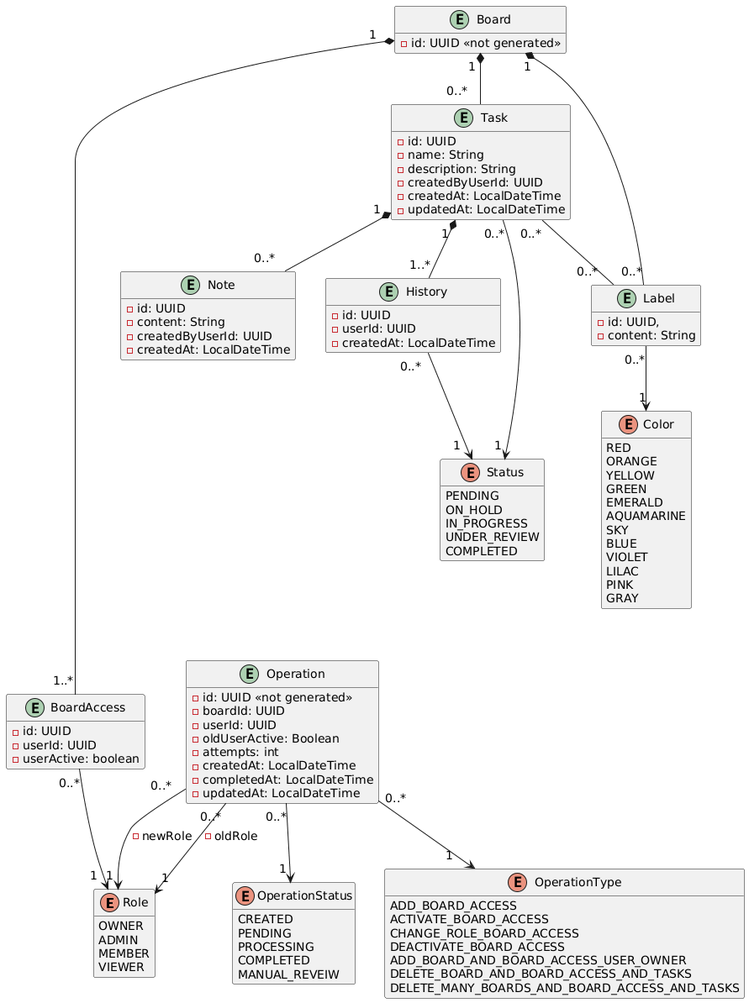
Before: assets/diagrama_workflow_2.png, a diagram exported from PlantUML (ArmandoEnrique1010K/TrelloMicroservices). Source of this version:
```plantuml
@startuml
hide methods
skinparam ArrowFontSize 14


enum Role {
  OWNER
  ADMIN
  MEMBER
  VIEWER
}

entity BoardAccess {
  - id: UUID
  - userId: UUID
  - userActive: boolean
}


entity Board {
  - id: UUID <<not generated>>
}



enum Status {
  PENDING
  ON_HOLD
  IN_PROGRESS
  UNDER_REVIEW
  COMPLETED
}

entity Task {
  - id: UUID
  - name: String
  - description: String
  - createdByUserId: UUID
  - createdAt: LocalDateTime
  - updatedAt: LocalDateTime
}

entity Label {
  - id: UUID,
  - content: String
}

enum Color {
  RED
  ORANGE
  YELLOW
  GREEN
  EMERALD
  AQUAMARINE
  SKY
  BLUE
  VIOLET
  LILAC
  PINK
  GRAY
}

enum OperationStatus {
  CREATED
  PENDING
  PROCESSING
  COMPLETED
  MANUAL_REVEIW
}

enum OperationType {
  ADD_BOARD_ACCESS
  ACTIVATE_BOARD_ACCESS
  CHANGE_ROLE_BOARD_ACCESS
  DEACTIVATE_BOARD_ACCESS
  ADD_BOARD_AND_BOARD_ACCESS_USER_OWNER
  DELETE_BOARD_AND_BOARD_ACCESS_AND_TASKS
  DELETE_MANY_BOARDS_AND_BOARD_ACCESS_AND_TASKS
}

entity Note {
  - id: UUID
  - content: String
  - createdByUserId: UUID
  - createdAt: LocalDateTime
}



entity History {
  - id: UUID
  - userId: UUID
  - createdAt: LocalDateTime
}


entity Operation {
  - id: UUID <<not generated>>
  - boardId: UUID
  - userId: UUID
  - oldUserActive: Boolean
  - attempts: int
  - createdAt: LocalDateTime
  - completedAt: LocalDateTime
  - updatedAt: LocalDateTime
}


Task "0..*  " -- "0..*  " Label
Task "1 " *-- "0..*     " Note
Task "1 " *-- " 1..*" History

Task "0..*" --> "1 " Status
History " 0..*  " --> " 1  " Status

Board "1   "*-----" 1..*" BoardAccess
Board "1 " *-- "0..*   " Task
BoardAccess "0..*"-down-> "1  " Role

Board " 1 " *-- "0..*" Label

Label "0..*" --> " 1" Color

Operation "0..*" --> "1   " OperationType
Operation "0..*" --> "1 " OperationStatus
Operation "0..*" --> "1 " Role: - oldRole
Operation "0..*  " --> "1 " Role: - newRole
@enduml
```
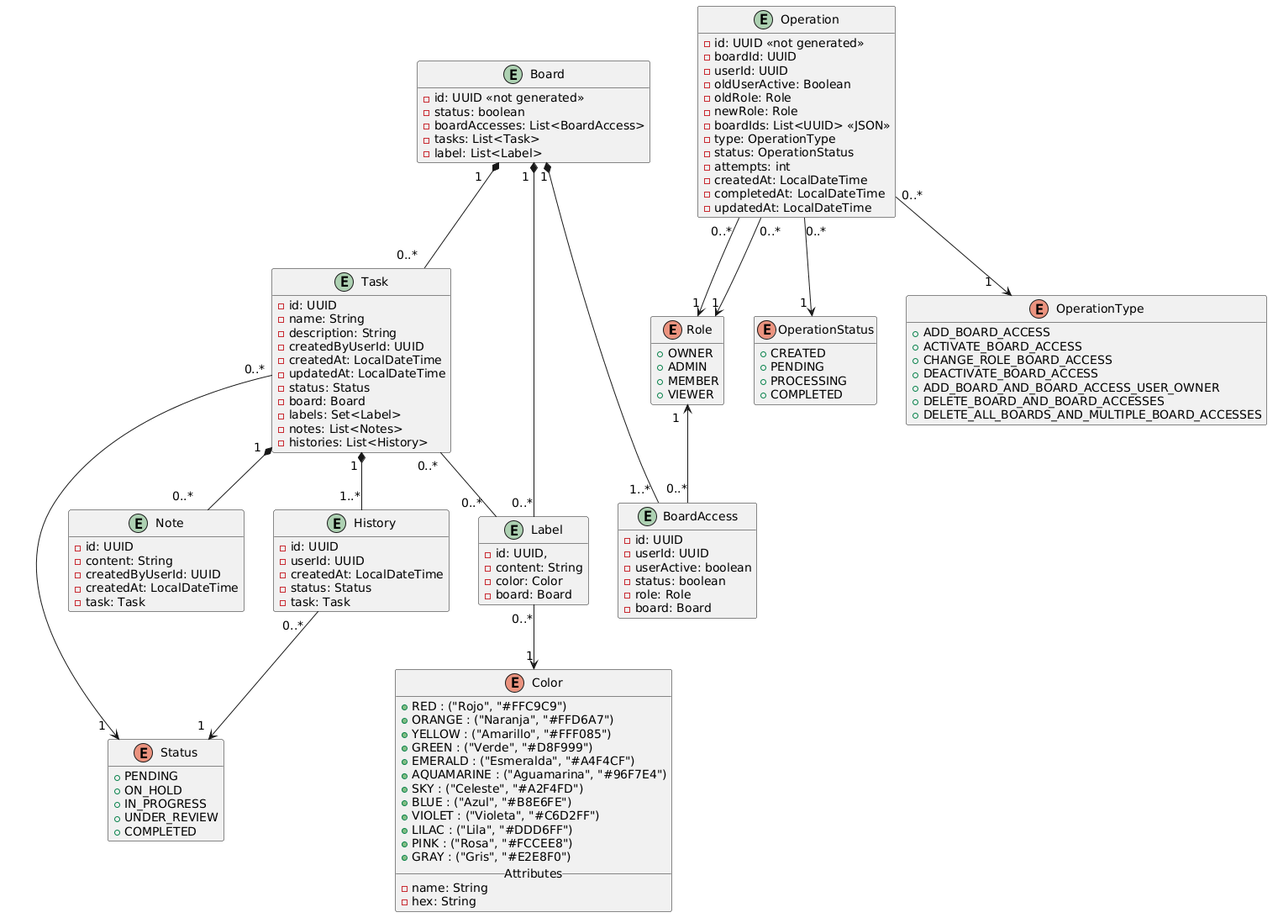
The same file after the commit.

Diff of the diagram source:
```diff
@@ -4,31 +4,38 @@
 
 
 enum Role {
-  OWNER
-  ADMIN
-  MEMBER
-  VIEWER
+  + OWNER
+  + ADMIN
+  + MEMBER
+  + VIEWER
 }
 
 entity BoardAccess {
   - id: UUID
   - userId: UUID
   - userActive: boolean
+  - status: boolean
+  - role: Role
+  - board: Board
 }
 
 
 entity Board {
   - id: UUID <<not generated>>
+  - status: boolean
+  - boardAccesses: List<BoardAccess>
+  - tasks: List<Task>
+  - label: List<Label>
 }
 
 
 
 enum Status {
-  PENDING
-  ON_HOLD
-  IN_PROGRESS
-  UNDER_REVIEW
-  COMPLETED
+  + PENDING
+  + ON_HOLD
+  + IN_PROGRESS
+  + UNDER_REVIEW
+  + COMPLETED
 }
 
 entity Task {
@@ -38,44 +45,53 @@
   - createdByUserId: UUID
   - createdAt: LocalDateTime
   - updatedAt: LocalDateTime
+  - status: Status
+  - board: Board
+  - labels: Set<Label>
+  - notes: List<Notes>
+  - histories: List<History>
 }
 
 entity Label {
   - id: UUID,
   - content: String
+  - color: Color
+  - board: Board
 }
 
 enum Color {
-  RED
-  ORANGE
-  YELLOW
-  GREEN
-  EMERALD
-  AQUAMARINE
-  SKY
-  BLUE
-  VIOLET
-  LILAC
-  PINK
-  GRAY
+  + RED : ("Rojo", "#FFC9C9")
+  + ORANGE : ("Naranja", "#FFD6A7")
+  + YELLOW : ("Amarillo", "#FFF085")
+  + GREEN : ("Verde", "#D8F999")
+  + EMERALD : ("Esmeralda", "#A4F4CF")
+  + AQUAMARINE : ("Aguamarina", "#96F7E4")
+  + SKY : ("Celeste", "#A2F4FD")
+  + BLUE : ("Azul", "#B8E6FE")
+  + VIOLET : ("Violeta", "#C6D2FF")
+  + LILAC : ("Lila", "#DDD6FF")
+  + PINK : ("Rosa", "#FCCEE8")
+  + GRAY : ("Gris", "#E2E8F0")
+  __ Attributes __
+  - name: String
+  - hex: String
 }
 
 enum OperationStatus {
-  CREATED
-  PENDING
-  PROCESSING
-  COMPLETED
-  MANUAL_REVEIW
+  + CREATED
+  + PENDING
+  + PROCESSING
+  + COMPLETED
 }
 
 enum OperationType {
-  ADD_BOARD_ACCESS
-  ACTIVATE_BOARD_ACCESS
-  CHANGE_ROLE_BOARD_ACCESS
-  DEACTIVATE_BOARD_ACCESS
-  ADD_BOARD_AND_BOARD_ACCESS_USER_OWNER
-  DELETE_BOARD_AND_BOARD_ACCESS_AND_TASKS
-  DELETE_MANY_BOARDS_AND_BOARD_ACCESS_AND_TASKS
+  + ADD_BOARD_ACCESS
+  + ACTIVATE_BOARD_ACCESS
+  + CHANGE_ROLE_BOARD_ACCESS
+  + DEACTIVATE_BOARD_ACCESS
+  + ADD_BOARD_AND_BOARD_ACCESS_USER_OWNER
+  + DELETE_BOARD_AND_BOARD_ACCESSES
+  + DELETE_ALL_BOARDS_AND_MULTIPLE_BOARD_ACCESSES
 }
 
 entity Note {
@@ -83,6 +99,7 @@
   - content: String
   - createdByUserId: UUID
   - createdAt: LocalDateTime
+  - task: Task
 }
 
 
@@ -91,6 +108,8 @@
   - id: UUID
   - userId: UUID
   - createdAt: LocalDateTime
+  - status: Status
+  - task: Task
 }
 
 
@@ -99,6 +118,11 @@
   - boardId: UUID
   - userId: UUID
   - oldUserActive: Boolean
+  - oldRole: Role
+  - newRole: Role
+  - boardIds: List<UUID> <<JSON>>
+  - type: OperationType
+  - status: OperationStatus
   - attempts: int
   - createdAt: LocalDateTime
   - completedAt: LocalDateTime
@@ -109,13 +133,12 @@
 Task "0..*  " -- "0..*  " Label
 Task "1 " *-- "0..*     " Note
 Task "1 " *-- " 1..*" History
-
-Task "0..*" --> "1 " Status
+Task "0..*" --> "1  " Status
 History " 0..*  " --> " 1  " Status
 
-Board "1   "*-----" 1..*" BoardAccess
-Board "1 " *-- "0..*   " Task
-BoardAccess "0..*"-down-> "1  " Role
+Board "1"*---" 1..* " BoardAccess
+Board "1   " *-- "0..*   " Task
+BoardAccess "0..*"-up-> "1  " Role
 
 Board " 1 " *-- "0..*" Label
 
@@ -123,6 +146,6 @@
 
 Operation "0..*" --> "1   " OperationType
 Operation "0..*" --> "1 " OperationStatus
-Operation "0..*" --> "1 " Role: - oldRole
-Operation "0..*  " --> "1 " Role: - newRole
+Operation "0..* " --> "1" Role
+Operation "0..* " --> "1" Role
 @enduml
```
